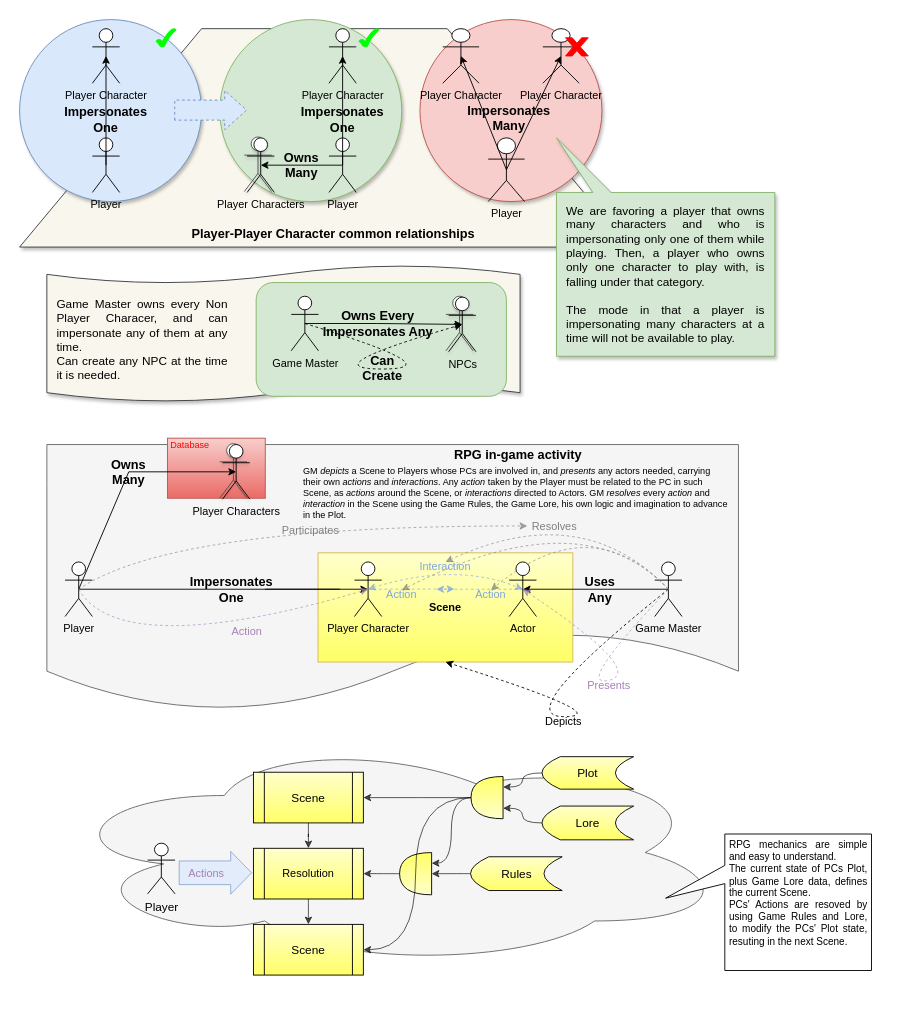
Earlier version of the draw.io diagram diagrams/Design.drawio (ManOguaR/Ontology). Source tidied: cells renumbered, new cells numbered last; positions are measured from the earlier drawing's top-left corner, leaving out a move shared by most shapes. Both pictures are drawn from the tidied source at 91%, with x=0, y=0 at pixel (19, 19).
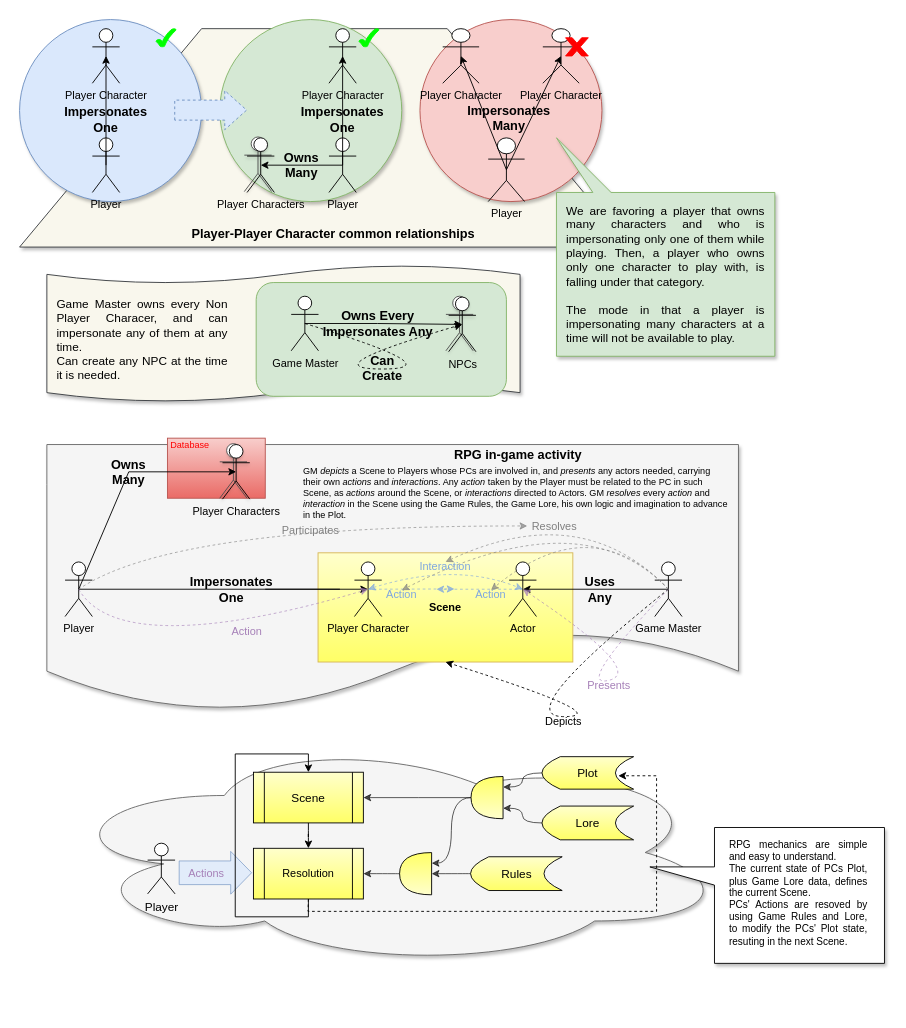
Above is the later version.

The change refers to these unchanged cells:
```xml
<mxCell id="89" value="Scene" style="shape=process;whiteSpace=wrap;html=1;backgroundOutline=1;fontSize=13;fontColor=#000000;fillColor=#FFFFCC;gradientColor=#FFFF66;" parent="87" vertex="1">
  <mxGeometry x="217" y="37.1" width="120.8" height="55.7" as="geometry" />
</mxCell>
<mxCell id="90" value="Plot" style="shape=dataStorage;whiteSpace=wrap;html=1;fixedSize=1;fontSize=13;fontColor=#000000;fillColor=#FFFFCC;gradientColor=#FFFF66;" parent="87" vertex="1">
  <mxGeometry x="534.1" y="20" width="100.7" height="35.7" as="geometry" />
</mxCell>
<mxCell id="93" style="shape=or;whiteSpace=wrap;html=1;fontSize=13;fontColor=#000000;fillColor=#FFFFCC;gradientColor=#FFFF66;rotation=-180;" parent="87" vertex="1">
  <mxGeometry x="456.1" y="41.8" width="35.2" height="46.4" as="geometry" />
</mxCell>
<mxCell id="98" value="&lt;font&gt;Resolution&lt;/font&gt;" style="shape=process;whiteSpace=wrap;html=1;backgroundOutline=1;fontSize=12;fontColor=#000000;fillColor=#FFFFCC;gradientColor=#FFFF66;" parent="87" vertex="1">
  <mxGeometry x="217" y="120.7" width="120.8" height="55.7" as="geometry" />
</mxCell>
```

The edit, as a diff of the source:
```diff
@@
-    <mxCell id="49" style="group;" parent="1" vertex="1">
+    <mxCell id="49" style="group;shadow=0;" parent="1" vertex="1">
       <mxGeometry x="30" y="460" width="760" height="322" as="geometry" />
     </mxCell>
-    <mxCell id="50" style="shape=document;whiteSpace=wrap;html=1;boundedLbl=1;fontSize=14;fontColor=#333333;fillColor=#f5f5f5;strokeColor=#666666;" parent="49" vertex="1">
+    <mxCell id="50" style="shape=document;whiteSpace=wrap;html=1;boundedLbl=1;fontSize=14;fontColor=#333333;fillColor=#f5f5f5;strokeColor=#666666;shadow=1;" parent="49" vertex="1">
       <mxGeometry y="7" width="760" height="293" as="geometry" />
     </mxCell>
@@
-    <mxCell id="87" style="group;" parent="1" vertex="1">
-      <mxGeometry x="40" y="790" width="890" height="293.1" as="geometry" />
+    <mxCell id="87" style="group;shadow=0;" parent="1" vertex="1">
+      <mxGeometry x="40" y="790" width="890" height="301.3" as="geometry" />
     </mxCell>
-    <mxCell id="88" style="ellipse;shape=cloud;whiteSpace=wrap;html=1;fontSize=12;fontColor=#333333;fillColor=#f5f5f5;strokeColor=#666666;" parent="87" vertex="1">
+    <mxCell id="88" style="ellipse;shape=cloud;whiteSpace=wrap;html=1;fontSize=12;fontColor=#333333;fillColor=#f5f5f5;strokeColor=#666666;shadow=1;" parent="87" vertex="1">
       <mxGeometry width="740" height="250.7" as="geometry" />
     </mxCell>
@@
-    <mxCell id="99" style="edgeStyle=orthogonalEdgeStyle;curved=1;jettySize=auto;html=1;exitX=0.5;exitY=1;exitDx=0;exitDy=0;labelBackgroundColor=none;strokeColor=#000000;fontSize=12;fontColor=#A680B8;opacity=70;" parent="87" edge="1" source="89" target="98">
+    <mxCell id="99" style="edgeStyle=orthogonalEdgeStyle;curved=1;jettySize=auto;html=1;exitX=0.5;exitY=1;exitDx=0;exitDy=0;labelBackgroundColor=none;strokeColor=#000000;fontSize=12;fontColor=#A680B8;" parent="87" edge="1" source="89" target="98">
       <mxGeometry relative="1" as="geometry" />
     </mxCell>
@@
-    <mxCell id="105" value="Scene" style="shape=process;whiteSpace=wrap;html=1;backgroundOutline=1;fontSize=13;fontColor=#000000;fillColor=#FFFFCC;gradientColor=#FFFF66;" parent="87" vertex="1">
-      <mxGeometry x="217" y="204.3" width="120.8" height="55.7" as="geometry" />
-    </mxCell>
-    <mxCell id="106" style="edgeStyle=orthogonalEdgeStyle;curved=1;jettySize=auto;html=1;exitX=1;exitY=0.5;exitDx=0;exitDy=0;exitPerimeter=0;entryX=1;entryY=0.5;entryDx=0;entryDy=0;labelBackgroundColor=none;strokeColor=#000000;fontSize=12;fontColor=#000000;opacity=70;" parent="87" edge="1" source="93" target="105">
-      <mxGeometry relative="1" as="geometry">
-        <Array as="points">
-          <mxPoint x="395.2" y="65" />
-          <mxPoint x="395.2" y="232.1" />
-        </Array>
-      </mxGeometry>
-    </mxCell>
-    <mxCell id="107" style="edgeStyle=orthogonalEdgeStyle;curved=1;jettySize=auto;html=1;exitX=0.5;exitY=1;exitDx=0;exitDy=0;entryX=0.5;entryY=0;entryDx=0;entryDy=0;labelBackgroundColor=none;strokeColor=#000000;fontSize=12;fontColor=#000000;opacity=70;" parent="87" edge="1" source="98" target="105">
-      <mxGeometry relative="1" as="geometry" />
-    </mxCell>
-    <mxCell id="108" style="shape=callout;whiteSpace=wrap;html=1;perimeter=calloutPerimeter;size=65;position=0.23;base=20;position2=0.47;rotation=90;" parent="87" vertex="1">
-      <mxGeometry x="708.1" y="66.9" width="150" height="226.2" as="geometry" />
+    <mxCell id="108" style="shape=callout;whiteSpace=wrap;html=1;perimeter=calloutPerimeter;size=71;position=0.29;base=20;position2=0.29;rotation=90;shadow=1;" parent="87" vertex="1">
+      <mxGeometry x="706.9" y="43.6" width="149.3" height="257.8" as="geometry" />
     </mxCell>
     <mxCell id="109" value="&lt;div style=&quot;text-align: justify; font-size: 11px;&quot;&gt;&lt;span style=&quot;background-color: initial;&quot;&gt;&lt;font style=&quot;font-size: 11px;&quot;&gt;RPG mechanics are simple and easy to understand.&lt;/font&gt;&lt;/span&gt;&lt;/div&gt;&lt;div style=&quot;text-align: justify; font-size: 11px;&quot;&gt;&lt;span style=&quot;background-color: initial;&quot;&gt;&lt;font style=&quot;font-size: 11px;&quot;&gt;The current state of PCs Plot, plus Game Lore data, defines the current Scene.&lt;/font&gt;&lt;/span&gt;&lt;/div&gt;&lt;div style=&quot;text-align: justify; font-size: 11px;&quot;&gt;&lt;span style=&quot;background-color: initial;&quot;&gt;&lt;font style=&quot;font-size: 11px;&quot;&gt;PCs' Actions are resoved by using Game Rules and Lore, to modify the PCs' Plot state, resuting in the next Scene.&lt;/font&gt;&lt;/span&gt;&lt;/div&gt;" style="text;html=1;strokeColor=none;fillColor=none;align=left;verticalAlign=top;whiteSpace=wrap;rounded=0;spacing=0;spacingTop=-4;" parent="87" vertex="1">
-      <mxGeometry x="740" y="110.4" width="150" height="139.6" as="geometry" />
+      <mxGeometry x="740" y="110.4" width="150" height="129.6" as="geometry" />
     </mxCell>
+    <mxCell id="110" style="endArrow=classic;html=1;rounded=0;fontSize=11;exitX=0.5;exitY=1;exitDx=0;exitDy=0;entryX=0.833;entryY=0.588;entryDx=0;entryDy=0;entryPerimeter=0;dashed=1;" parent="87" edge="1" source="98" target="90">
+      <mxGeometry relative="1" as="geometry">
+        <Array as="points">
+          <mxPoint x="277" y="190" />
+          <mxPoint x="660" y="190" />
+          <mxPoint x="660" y="41" />
+        </Array>
+      </mxGeometry>
+    </mxCell>
+    <mxCell id="107" style="edgeStyle=orthogonalEdgeStyle;jettySize=auto;html=1;exitX=0.5;exitY=1;exitDx=0;exitDy=0;entryX=0.5;entryY=0;entryDx=0;entryDy=0;labelBackgroundColor=none;strokeColor=#000000;fontSize=12;fontColor=#000000;rounded=0;" parent="87" edge="1" source="98" target="89">
+      <mxGeometry relative="1" as="geometry">
+        <Array as="points">
+          <mxPoint x="277" y="196" />
+          <mxPoint x="197" y="196" />
+          <mxPoint x="197" y="17" />
+          <mxPoint x="277" y="17" />
+        </Array>
+      </mxGeometry>
+    </mxCell>
```
